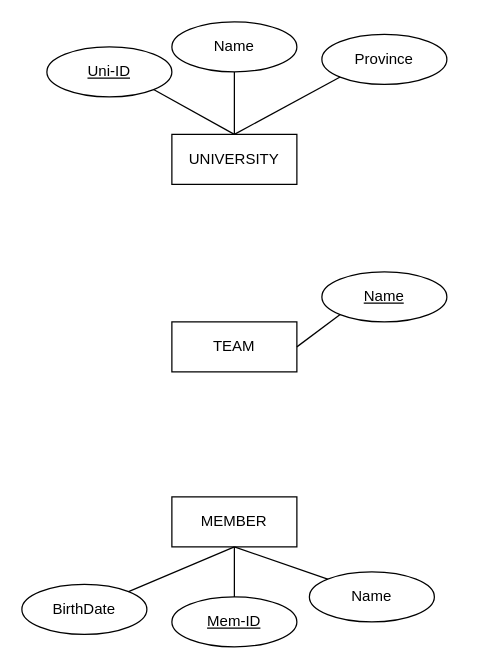
quangmnh/drawio keeps this draw.io diagram as laberd1.drawio. Above is the earlier version. Source tidied: cells renumbered, new cells numbered last; positions are measured from the earlier drawing's top-left corner, leaving out a move shared by most shapes. Both pictures are drawn from the tidied source at 125%, with x=0, y=0 at pixel (21, 21).
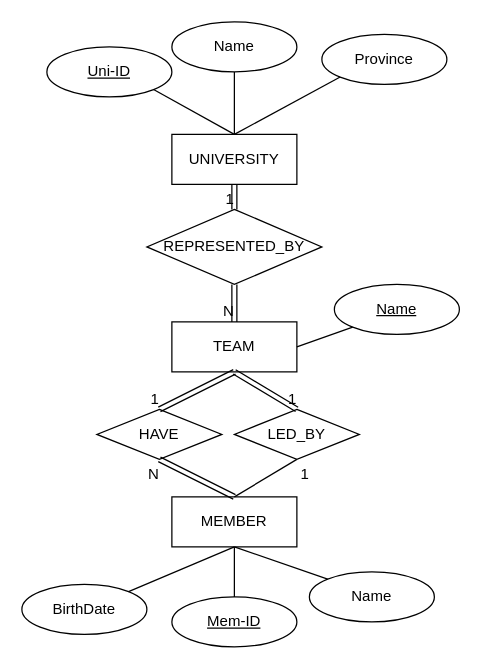
Above is the later version.

Unchanged cells that the change refers to:
```xml
<mxCell id="2" value="UNIVERSITY" style="whiteSpace=wrap;html=1;align=center;" parent="1" vertex="1">
  <mxGeometry x="120" y="90" width="100" height="40" as="geometry" />
</mxCell>
<mxCell id="3" value="TEAM" style="whiteSpace=wrap;html=1;align=center;" parent="1" vertex="1">
  <mxGeometry x="120" y="240" width="100" height="40" as="geometry" />
</mxCell>
<mxCell id="12" value="MEMBER" style="whiteSpace=wrap;html=1;align=center;" parent="1" vertex="1">
  <mxGeometry x="120" y="380" width="100" height="40" as="geometry" />
</mxCell>
```

Change to the diagram source:
```diff
@@
     <mxCell id="10" value="Name" style="ellipse;whiteSpace=wrap;html=1;align=center;fontStyle=4;" parent="1" vertex="1">
-      <mxGeometry x="240" y="200" width="100" height="40" as="geometry" />
+      <mxGeometry x="250" y="210" width="100" height="40" as="geometry" />
     </mxCell>
@@
+    <mxCell id="19" value="REPRESENTED_BY" style="shape=rhombus;perimeter=rhombusPerimeter;whiteSpace=wrap;html=1;align=center;" parent="1" vertex="1">
+      <mxGeometry x="100" y="150" width="140" height="60" as="geometry" />
+    </mxCell>
+    <mxCell id="20" style="shape=link;html=1;rounded=0;exitX=0.5;exitY=1;exitDx=0;exitDy=0;entryX=0.5;entryY=0;entryDx=0;entryDy=0;" parent="1" edge="1" source="2" target="19">
+      <mxGeometry relative="1" as="geometry" />
+    </mxCell>
+    <mxCell id="21" value="1" style="html=1;align=right;verticalAlign=bottom;" parent="20" vertex="1">
+      <mxGeometry x="1" relative="1" as="geometry" />
+    </mxCell>
+    <mxCell id="22" style="shape=link;html=1;rounded=0;exitX=0.5;exitY=1;exitDx=0;exitDy=0;entryX=0.5;entryY=0;entryDx=0;entryDy=0;" parent="1" edge="1" source="19" target="3">
+      <mxGeometry relative="1" as="geometry" />
+    </mxCell>
+    <mxCell id="23" value="N" style="html=1;align=right;verticalAlign=bottom;" parent="22" vertex="1">
+      <mxGeometry x="1" relative="1" as="geometry" />
+    </mxCell>
+    <mxCell id="24" value="HAVE" style="shape=rhombus;perimeter=rhombusPerimeter;whiteSpace=wrap;html=1;align=center;" parent="1" vertex="1">
+      <mxGeometry x="60" y="310" width="100" height="40" as="geometry" />
+    </mxCell>
+    <mxCell id="25" style="shape=link;html=1;rounded=0;exitX=0.5;exitY=1;exitDx=0;exitDy=0;entryX=0.5;entryY=0;entryDx=0;entryDy=0;" parent="1" edge="1" source="3" target="24">
+      <mxGeometry relative="1" as="geometry" />
+    </mxCell>
+    <mxCell id="26" value="1" style="html=1;align=right;verticalAlign=bottom;" parent="25" vertex="1">
+      <mxGeometry x="1" relative="1" as="geometry" />
+    </mxCell>
+    <mxCell id="27" style="shape=link;html=1;rounded=0;exitX=0.5;exitY=1;exitDx=0;exitDy=0;entryX=0.5;entryY=0;entryDx=0;entryDy=0;" parent="1" edge="1" source="24" target="12">
+      <mxGeometry relative="1" as="geometry" />
+    </mxCell>
+    <mxCell id="28" value="N" style="html=1;align=right;verticalAlign=bottom;" parent="27" vertex="1">
+      <mxGeometry x="1" relative="1" as="geometry">
+        <mxPoint x="-60" y="-10" as="offset" />
+      </mxGeometry>
+    </mxCell>
+    <mxCell id="29" value="LED_BY" style="shape=rhombus;perimeter=rhombusPerimeter;whiteSpace=wrap;html=1;align=center;" parent="1" vertex="1">
+      <mxGeometry x="170" y="310" width="100" height="40" as="geometry" />
+    </mxCell>
+    <mxCell id="30" style="shape=link;html=1;rounded=0;exitX=0.5;exitY=1;exitDx=0;exitDy=0;entryX=0.5;entryY=0;entryDx=0;entryDy=0;" parent="1" edge="1" source="3" target="29">
+      <mxGeometry relative="1" as="geometry" />
+    </mxCell>
+    <mxCell id="31" value="1" style="html=1;align=right;verticalAlign=bottom;" parent="30" vertex="1">
+      <mxGeometry x="1" relative="1" as="geometry" />
+    </mxCell>
+    <mxCell id="32" style="endArrow=none;html=1;rounded=0;entryX=0.5;entryY=1;entryDx=0;entryDy=0;" parent="1" edge="1" target="29">
+      <mxGeometry relative="1" as="geometry">
+        <mxPoint x="170" y="380" as="sourcePoint" />
+      </mxGeometry>
+    </mxCell>
+    <mxCell id="33" value="1" style="html=1;align=right;verticalAlign=bottom;" parent="32" vertex="1">
+      <mxGeometry x="1" relative="1" as="geometry">
+        <mxPoint x="10" y="20" as="offset" />
+      </mxGeometry>
+    </mxCell>
```
